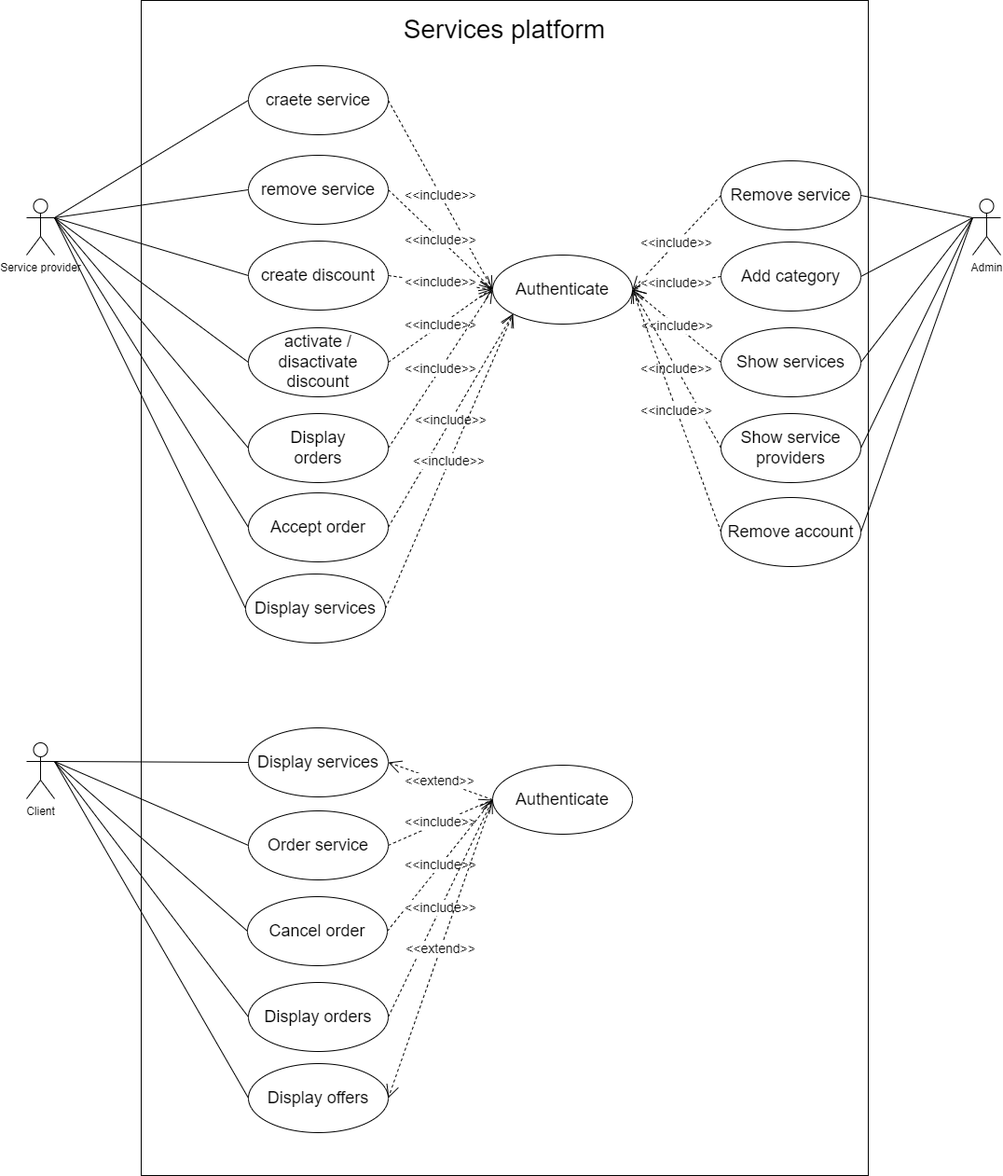
The draw.io diagram use-case diagram.drawio.png in GHamza-Dev/wafin-design-and-conception, before a commit. Source tidied: cells renumbered, new cells last; positions are measured from the earlier drawing's top-left corner, leaving out a move shared by most shapes.
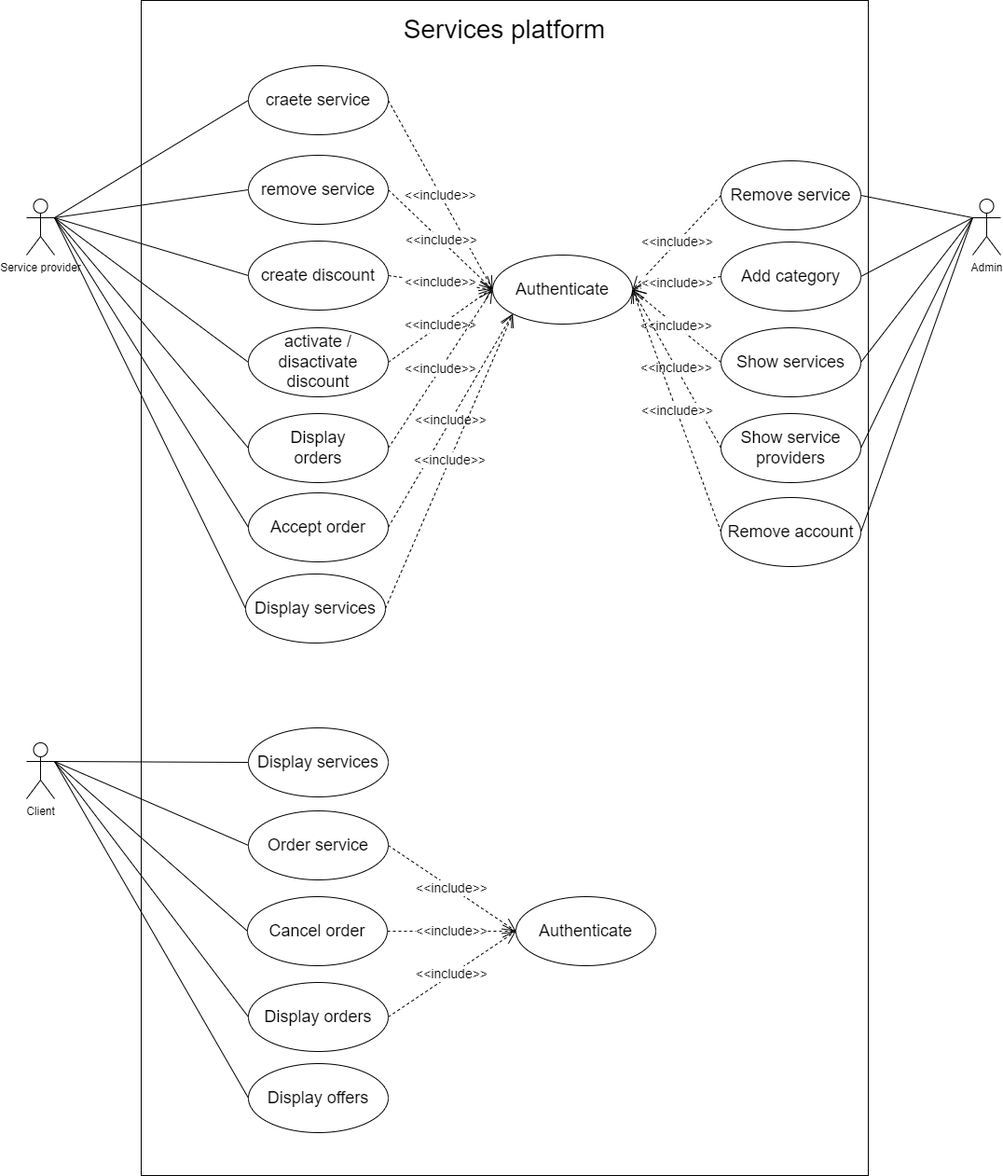
After the change.

Commit message:
Remove unneseccary extend elationship

Change to the diagram source:
```diff
@@ -96,11 +96,8 @@
       <mxGeometry relative="1" as="geometry" />
     </mxCell>
     <mxCell id="33" value="&lt;font style=&quot;font-size: 18px&quot;&gt;Authenticate&lt;/font&gt;" style="ellipse;whiteSpace=wrap;html=1;" parent="1" vertex="1">
-      <mxGeometry x="500" y="820" width="150" height="74" as="geometry" />
+      <mxGeometry x="525" y="961" width="150" height="74" as="geometry" />
     </mxCell>
-    <mxCell id="34" value="&amp;lt;&amp;lt;extend&amp;gt;&amp;gt;" style="endArrow=open;endSize=12;dashed=1;html=1;rounded=0;fontSize=14;exitX=0;exitY=0.5;exitDx=0;exitDy=0;entryX=1;entryY=0.5;entryDx=0;entryDy=0;" parent="1" edge="1" source="33" target="18">
-      <mxGeometry relative="1" as="geometry" />
-    </mxCell>
     <mxCell id="35" value="&lt;span style=&quot;font-size: 18px&quot;&gt;Cancel order&lt;/span&gt;" style="ellipse;whiteSpace=wrap;html=1;" parent="1" vertex="1">
       <mxGeometry x="237" y="961" width="150" height="74" as="geometry" />
     </mxCell>
@@ -161,9 +158,6 @@
     <mxCell id="54" value="&lt;span style=&quot;font-size: 18px&quot;&gt;Display offers&lt;/span&gt;" style="ellipse;whiteSpace=wrap;html=1;" parent="1" vertex="1">
       <mxGeometry x="238" y="1140" width="150" height="74" as="geometry" />
     </mxCell>
-    <mxCell id="55" value="&amp;lt;&amp;lt;extend&amp;gt;&amp;gt;" style="endArrow=open;endSize=12;dashed=1;html=1;rounded=0;fontSize=14;exitX=0;exitY=0.5;exitDx=0;exitDy=0;entryX=1;entryY=0.5;entryDx=0;entryDy=0;" parent="1" edge="1" source="33" target="54">
-      <mxGeometry relative="1" as="geometry" />
-    </mxCell>
     <mxCell id="56" style="endArrow=none;html=1;rounded=0;fontSize=18;exitX=1;exitY=0.3333333333333333;exitDx=0;exitDy=0;exitPerimeter=0;entryX=0;entryY=0.5;entryDx=0;entryDy=0;" parent="1" edge="1" source="17" target="54">
       <mxGeometry relative="1" as="geometry" />
     </mxCell>
```
